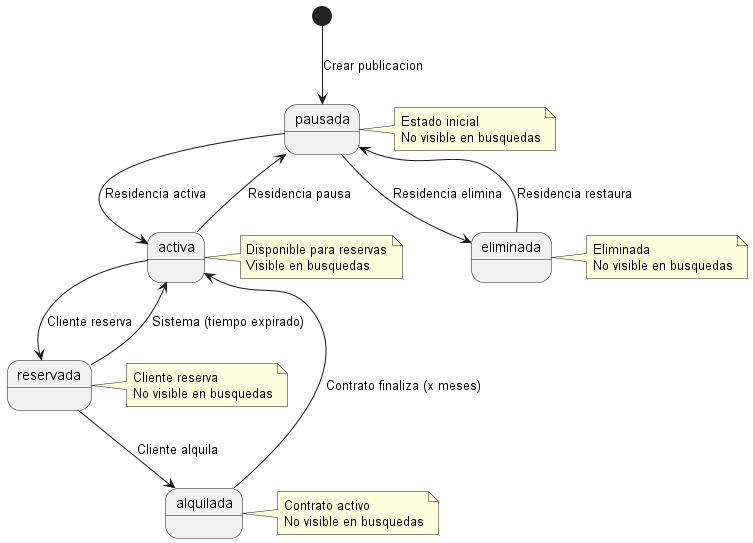
FacuDemarchi/residencias keeps this PlantUML diagram as src/diagrams/estados_publicacion.png. Above is the earlier version.
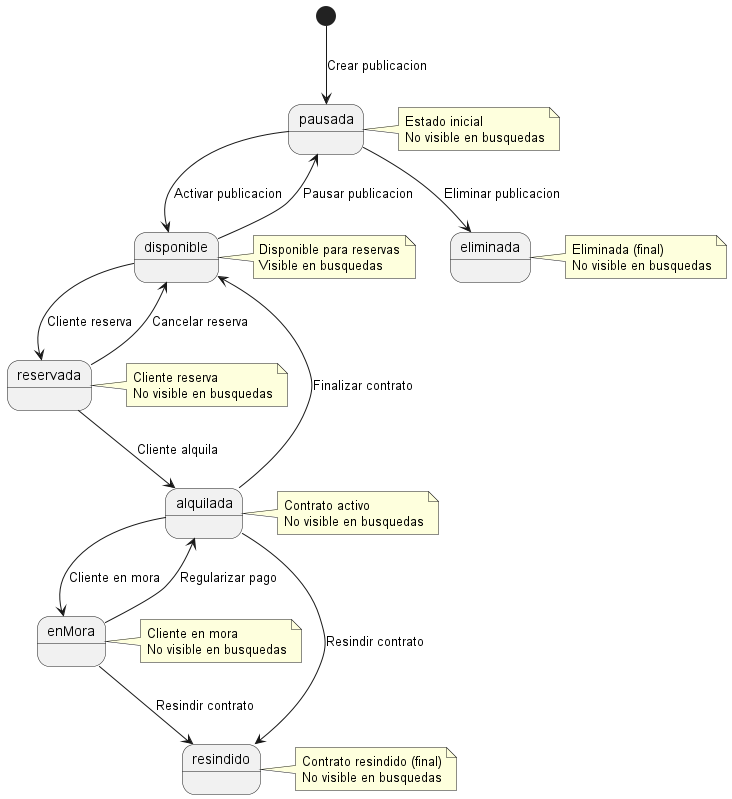
Later version of the same file.

Diff of the diagram source:
```diff
@@ -2,23 +2,28 @@
 
 [*] --> pausada : Crear publicacion
 
-pausada --> activa : Residencia activa
-pausada --> eliminada : Residencia elimina
+pausada --> disponible : Activar publicacion
+pausada --> eliminada : Eliminar publicacion
 
-activa --> reservada : Cliente reserva
-activa --> pausada : Residencia pausa
+disponible --> reservada : Cliente reserva
+disponible --> pausada : Pausar publicacion
 
 reservada --> alquilada : Cliente alquila
-reservada --> activa : Sistema (tiempo expirado)
+reservada --> disponible : Cancelar reserva
 
-alquilada --> activa : Contrato finaliza (x meses)
+alquilada --> disponible : Finalizar contrato
+alquilada --> enMora : Cliente en mora
+alquilada --> resindido : Resindir contrato
 
-eliminada --> pausada : Residencia restaura
+enMora --> alquilada : Regularizar pago
+enMora --> resindido : Resindir contrato
 
 note right of pausada : Estado inicial\nNo visible en busquedas
-note right of activa : Disponible para reservas\nVisible en busquedas
+note right of disponible : Disponible para reservas\nVisible en busquedas
 note right of reservada : Cliente reserva\nNo visible en busquedas
 note right of alquilada : Contrato activo\nNo visible en busquedas
-note right of eliminada : Eliminada\nNo visible en busquedas
+note right of enMora : Cliente en mora\nNo visible en busquedas
+note right of eliminada : Eliminada (final)\nNo visible en busquedas
+note right of resindido : Contrato resindido (final)\nNo visible en busquedas
 
 @enduml
```
